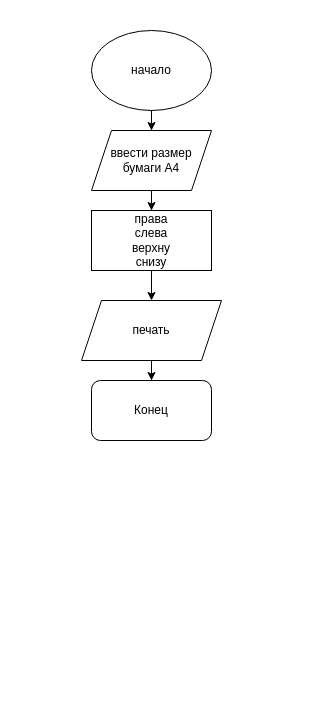
Before: Untitled Diagram.drawio in Longnguyen2006/Caesar-cipher, a draw.io diagram. Source tidied: cells renumbered, new cells numbered last; positions are measured from the earlier drawing's top-left corner, leaving out a move shared by most shapes. Both pictures are drawn from the tidied source at 100%, with x=0, y=0 at pixel (81, 30).
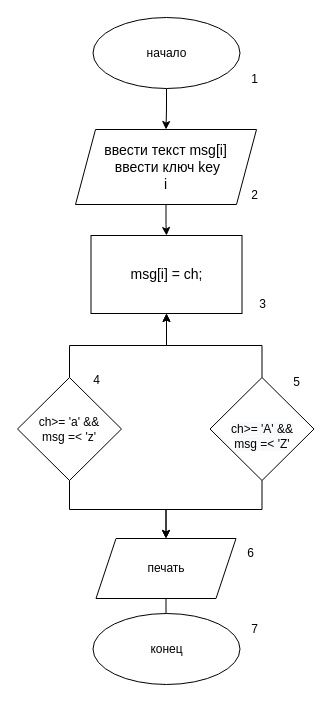
The same diagram, later.

Commit message:
алгоритмическая модель шифрования кодом Цезаря

The edit, as a diff of the source:
```diff
@@
     <mxCell id="3" value="начало" style="ellipse;whiteSpace=wrap;html=1;" parent="1" vertex="1">
-      <mxGeometry x="10" width="120" height="80" as="geometry" />
+      <mxGeometry x="11.5" y="-13" width="147" height="71" as="geometry" />
     </mxCell>
-    <mxCell id="4" style="edgeStyle=orthogonalEdgeStyle;rounded=0;jettySize=auto;html=1;" parent="1" edge="1" source="5" target="7">
-      <mxGeometry relative="1" as="geometry" />
-    </mxCell>
+    <mxCell id="11" style="edgeStyle=orthogonalEdgeStyle;rounded=0;jettySize=auto;html=1;" parent="1" edge="1" source="5" target="14">
+      <mxGeometry relative="1" as="geometry" />
+    </mxCell>
-    <mxCell id="5" value="ввести&amp;nbsp;размер бумаги A4" style="shape=parallelogram;perimeter=parallelogramPerimeter;whiteSpace=wrap;html=1;fixedSize=1;" parent="1" vertex="1">
-      <mxGeometry x="10" y="100" width="120" height="60" as="geometry" />
+    <mxCell id="5" value="&lt;font style=&quot;font-size: 14px&quot;&gt;ввести&amp;nbsp;текст msg[i]&lt;br&gt;&amp;nbsp;ввести ключ key&lt;br&gt;i&lt;/font&gt;" style="shape=parallelogram;perimeter=parallelogramPerimeter;whiteSpace=wrap;html=1;fixedSize=1;" parent="1" vertex="1">
+      <mxGeometry x="-6" y="99" width="181" height="75" as="geometry" />
     </mxCell>
-    <mxCell id="6" style="edgeStyle=orthogonalEdgeStyle;rounded=0;jettySize=auto;html=1;" parent="1" edge="1" source="7" target="9">
-      <mxGeometry relative="1" as="geometry" />
-    </mxCell>
-    <mxCell id="7" value="права&lt;br&gt;слева&lt;br&gt;верхну&lt;br&gt;снизу" style="whiteSpace=wrap;html=1;" parent="1" vertex="1">
-      <mxGeometry x="10" y="180" width="120" height="60" as="geometry" />
-    </mxCell>
-    <mxCell id="8" style="edgeStyle=orthogonalEdgeStyle;rounded=0;jettySize=auto;html=1;" parent="1" edge="1" source="9" target="10">
-      <mxGeometry relative="1" as="geometry" />
-    </mxCell>
+    <mxCell id="12" style="edgeStyle=orthogonalEdgeStyle;rounded=0;jettySize=auto;html=1;" parent="1" edge="1" source="9">
+      <mxGeometry relative="1" as="geometry">
+        <mxPoint x="85" y="607" as="targetPoint" />
+      </mxGeometry>
+    </mxCell>
     <mxCell id="9" value="печать" style="shape=parallelogram;perimeter=parallelogramPerimeter;whiteSpace=wrap;html=1;fixedSize=1;" parent="1" vertex="1">
-      <mxGeometry y="270" width="140" height="60" as="geometry" />
+      <mxGeometry x="14.5" y="508" width="140" height="60" as="geometry" />
     </mxCell>
-    <mxCell id="10" value="Конец" style="rounded=1;whiteSpace=wrap;html=1;" parent="1" vertex="1">
-      <mxGeometry x="10" y="350" width="120" height="60" as="geometry" />
-    </mxCell>
+    <mxCell id="13" value="конец" style="ellipse;whiteSpace=wrap;html=1;" parent="1" vertex="1">
+      <mxGeometry x="11.5" y="583" width="147" height="71" as="geometry" />
+    </mxCell>
+    <mxCell id="14" value="&lt;font style=&quot;font-size: 14px&quot;&gt;msg[i] = ch;&lt;/font&gt;" style="whiteSpace=wrap;html=1;" parent="1" vertex="1">
+      <mxGeometry x="9.5" y="205" width="151" height="78" as="geometry" />
+    </mxCell>
+    <mxCell id="15" style="edgeStyle=orthogonalEdgeStyle;rounded=0;jettySize=auto;html=1;" parent="1" edge="1" source="17" target="14">
+      <mxGeometry relative="1" as="geometry" />
+    </mxCell>
+    <mxCell id="16" style="edgeStyle=orthogonalEdgeStyle;rounded=0;jettySize=auto;html=1;" parent="1" edge="1" source="17" target="9">
+      <mxGeometry relative="1" as="geometry" />
+    </mxCell>
+    <mxCell id="17" value="&lt;br&gt;&lt;span style=&quot;color: rgb(0 , 0 , 0) ; font-family: &amp;#34;helvetica&amp;#34; ; font-size: 12px ; font-style: normal ; font-weight: 400 ; letter-spacing: normal ; text-align: center ; text-indent: 0px ; text-transform: none ; word-spacing: 0px ; background-color: rgb(248 , 249 , 250) ; display: inline ; float: none&quot;&gt;ch&amp;gt;= 'A' &amp;amp;&amp;amp;&lt;/span&gt;&lt;br style=&quot;color: rgb(0 , 0 , 0) ; font-family: &amp;#34;helvetica&amp;#34; ; font-size: 12px ; font-style: normal ; font-weight: 400 ; letter-spacing: normal ; text-align: center ; text-indent: 0px ; text-transform: none ; word-spacing: 0px ; background-color: rgb(248 , 249 , 250)&quot;&gt;&lt;span style=&quot;color: rgb(0 , 0 , 0) ; font-family: &amp;#34;helvetica&amp;#34; ; font-size: 12px ; font-style: normal ; font-weight: 400 ; letter-spacing: normal ; text-align: center ; text-indent: 0px ; text-transform: none ; word-spacing: 0px ; background-color: rgb(248 , 249 , 250) ; display: inline ; float: none&quot;&gt;msg =&amp;lt; 'Z'&lt;/span&gt;" style="rhombus;whiteSpace=wrap;html=1;" parent="1" vertex="1">
+      <mxGeometry x="128.5" y="347" width="104" height="103" as="geometry" />
+    </mxCell>
+    <mxCell id="18" style="edgeStyle=orthogonalEdgeStyle;rounded=0;jettySize=auto;html=1;" parent="1" edge="1" source="20" target="14">
+      <mxGeometry relative="1" as="geometry" />
+    </mxCell>
+    <mxCell id="19" style="edgeStyle=orthogonalEdgeStyle;rounded=0;jettySize=auto;html=1;" parent="1" edge="1" source="20" target="9">
+      <mxGeometry relative="1" as="geometry" />
+    </mxCell>
+    <mxCell id="20" value="ch&amp;gt;= 'a' &amp;amp;&amp;amp;&lt;br&gt;msg =&amp;lt; 'z'" style="rhombus;whiteSpace=wrap;html=1;" parent="1" vertex="1">
+      <mxGeometry x="-64" y="347" width="104" height="103" as="geometry" />
+    </mxCell>
+    <mxCell id="21" value="1" style="text;html=1;align=center;verticalAlign=middle;" parent="1" vertex="1">
+      <mxGeometry x="164" y="40" width="17" height="18" as="geometry" />
+    </mxCell>
+    <mxCell id="22" value="2" style="text;html=1;align=center;verticalAlign=middle;" parent="1" vertex="1">
+      <mxGeometry x="164" y="156" width="17" height="18" as="geometry" />
+    </mxCell>
+    <mxCell id="23" value="3" style="text;html=1;align=center;verticalAlign=middle;" parent="1" vertex="1">
+      <mxGeometry x="172" y="265" width="17" height="18" as="geometry" />
+    </mxCell>
+    <mxCell id="24" value="4" style="text;html=1;align=center;verticalAlign=middle;" parent="1" vertex="1">
+      <mxGeometry x="6" y="341" width="17" height="18" as="geometry" />
+    </mxCell>
+    <mxCell id="25" value="5" style="text;html=1;align=center;verticalAlign=middle;" parent="1" vertex="1">
+      <mxGeometry x="206" y="343" width="17" height="18" as="geometry" />
+    </mxCell>
+    <mxCell id="26" value="6" style="text;html=1;align=center;verticalAlign=middle;" parent="1" vertex="1">
+      <mxGeometry x="160.5" y="514" width="17" height="18" as="geometry" />
+    </mxCell>
+    <mxCell id="27" value="7" style="text;html=1;align=center;verticalAlign=middle;" parent="1" vertex="1">
+      <mxGeometry x="164" y="590" width="17" height="18" as="geometry" />
+    </mxCell>
```
